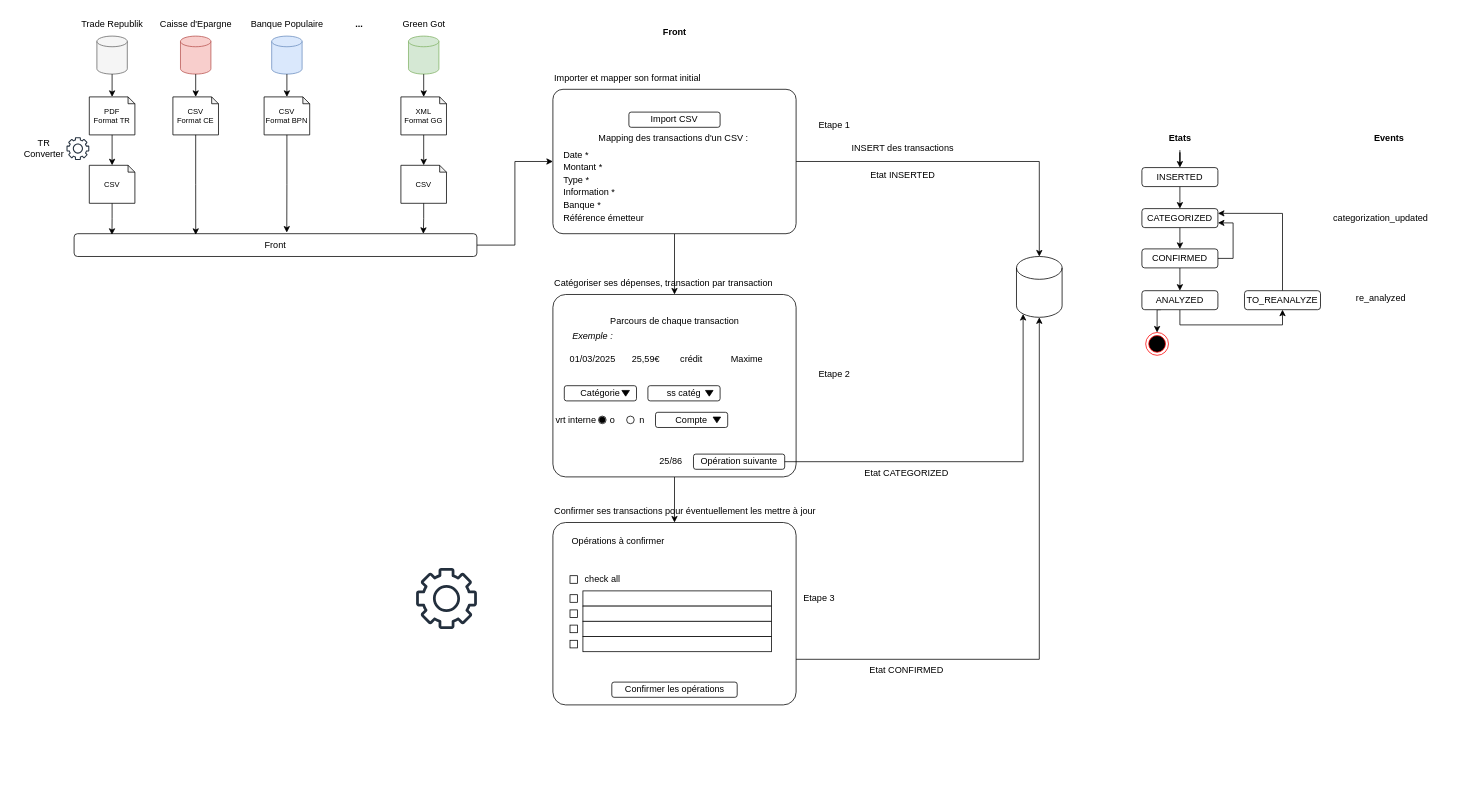
pauldhz/AccountMe keeps this draw.io diagram as page "AccountMe" (4 of 4) of AccountMe.drawio. Above is the earlier version. Source tidied: cells renumbered, new cells numbered last; positions are measured from the earlier drawing's top-left corner, leaving out a move shared by most shapes. Both pictures are drawn from the tidied source at 76%, with x=0, y=0 at pixel (13, 13). Pictures stored in the file or linked from it are replaced by grey dashed boxes.
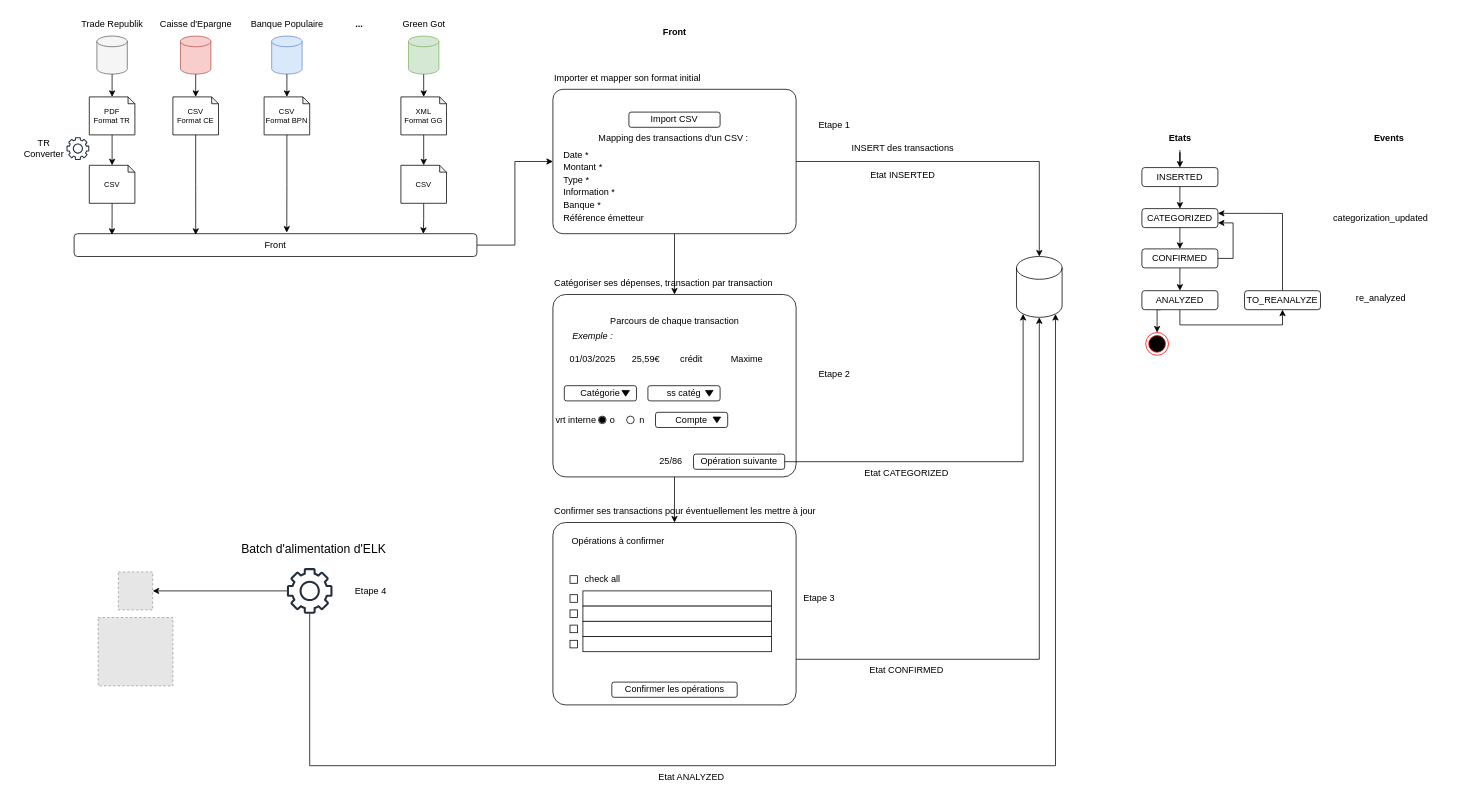
The same diagram, later.

Unchanged cells that the change refers to:
```xml
<mxCell id="70" style="shape=cylinder3;whiteSpace=wrap;html=1;boundedLbl=1;backgroundOutline=1;size=15;" parent="1" vertex="1">
  <mxGeometry x="1320" y="320" width="60" height="80" as="geometry" />
</mxCell>
```

Change to the diagram source:
```diff
@@
+    <mxCell id="111" style="edgeStyle=orthogonalEdgeStyle;rounded=0;jettySize=auto;html=1;entryX=1;entryY=0.5;entryDx=0;entryDy=0;" parent="1" edge="1" source="93" target="113">
+      <mxGeometry relative="1" as="geometry" />
+    </mxCell>
     <mxCell id="93" style="sketch=0;outlineConnect=0;fontColor=#232F3E;gradientColor=none;fillColor=#232F3D;strokeColor=none;dashed=0;verticalLabelPosition=bottom;verticalAlign=top;align=center;html=1;fontSize=12;fontStyle=0;shape=mxgraph.aws4.gear;" parent="1" vertex="1">
-      <mxGeometry x="530" y="730" width="80" height="80" as="geometry" />
+      <mxGeometry x="360" y="730" width="60" height="60" as="geometry" />
     </mxCell>
@@
+    <mxCell id="112" value="Batch d'alimentation d'ELK" style="text;html=1;align=center;verticalAlign=middle;strokeColor=none;fillColor=none;fontSize=16;" parent="1" vertex="1">
+      <mxGeometry x="290" y="690" width="210" height="30" as="geometry" />
+    </mxCell>
+    <mxCell id="113" style="fillColor=#E6E6E6;strokeColor=#999999;dashed=1;verticalLabelPosition=bottom;labelBackgroundColor=default;verticalAlign=top;" parent="1" vertex="1">
+      <mxGeometry x="138.2" y="735" width="45.2" height="50" as="geometry" />
+    </mxCell>
+    <mxCell id="114" style="fillColor=#E6E6E6;strokeColor=#999999;dashed=1;verticalLabelPosition=bottom;labelBackgroundColor=default;verticalAlign=top;" parent="1" vertex="1">
+      <mxGeometry x="111.6" y="795" width="98.4" height="90" as="geometry" />
+    </mxCell>
+    <mxCell id="115" value="Etape 4" style="text;html=1;align=center;verticalAlign=middle;strokeColor=none;fillColor=none;" parent="1" vertex="1">
+      <mxGeometry x="440" y="745" width="60" height="30" as="geometry" />
+    </mxCell>
+    <mxCell id="116" style="edgeStyle=orthogonalEdgeStyle;rounded=0;jettySize=auto;html=1;entryX=0.855;entryY=1;entryDx=0;entryDy=-4.35;entryPerimeter=0;" parent="1" edge="1" source="93" target="70">
+      <mxGeometry relative="1" as="geometry">
+        <Array as="points">
+          <mxPoint x="390" y="990" />
+          <mxPoint x="1371" y="990" />
+        </Array>
+      </mxGeometry>
+    </mxCell>
+    <mxCell id="117" value="Etat ANALYZED" style="text;html=1;align=center;verticalAlign=middle;strokeColor=none;fillColor=none;" parent="1" vertex="1">
+      <mxGeometry x="837" y="990" width="110" height="30" as="geometry" />
+    </mxCell>
```
